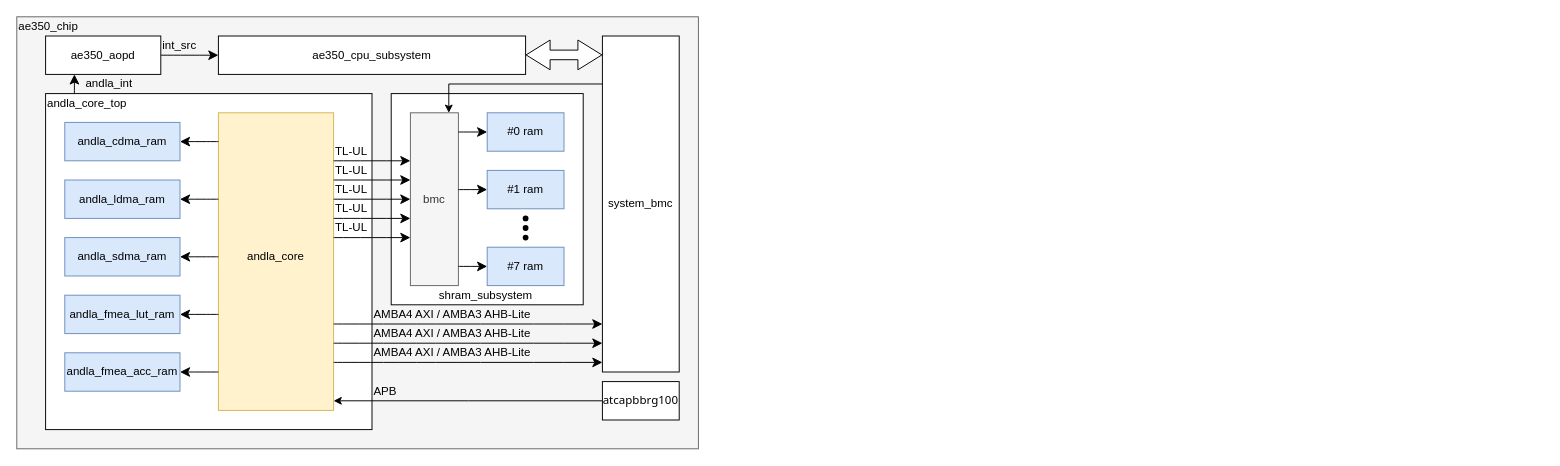
Above: de/testing/include/ae350_andla_integration.drawio in jnjnliwenjie0022/obs (draw.io), before the change. Source tidied: cells renumbered, new cells numbered last; positions are measured from the earlier drawing's top-left corner, leaving out a move shared by most shapes. Both pictures are drawn from the tidied source at 96%, with x=0, y=0 at pixel (16, 16).
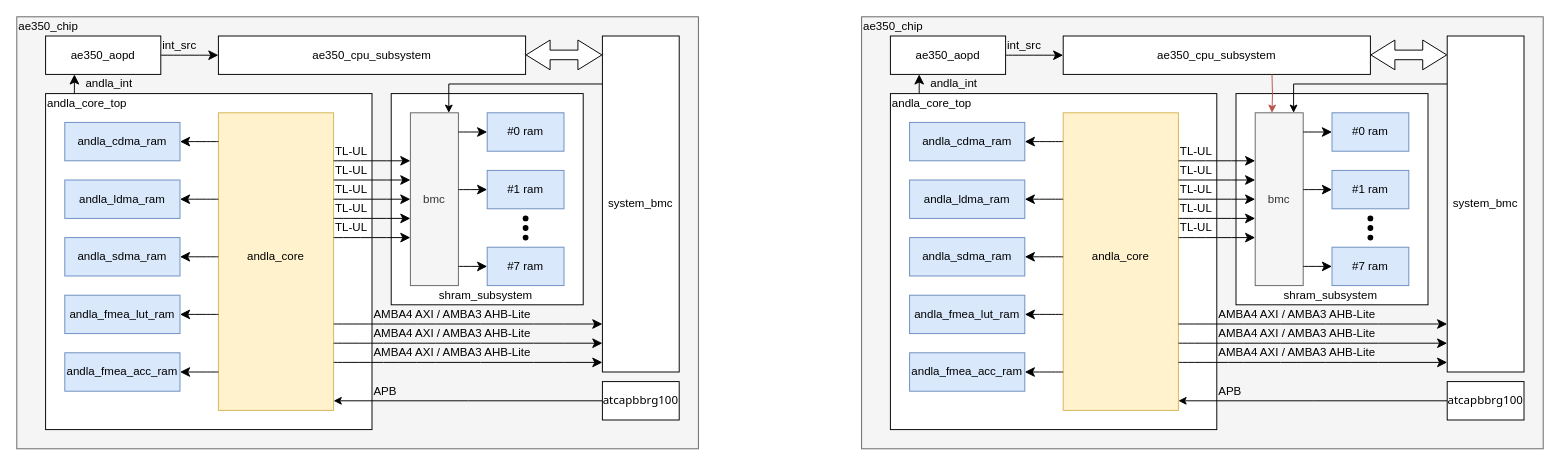
The same page after the edit.

Commit message (it also covers changes not shown here):
vault backup: 2026-01-27 13:24:51

Diff of the diagram source:
```diff
@@
+    <mxCell id="59" style="whiteSpace=wrap;html=1;verticalAlign=middle;fillColor=#f5f5f5;fontColor=#333333;strokeColor=#666666;" parent="1" vertex="1">
+      <mxGeometry x="880" width="710" height="450" as="geometry" />
+    </mxCell>
+    <mxCell id="60" value="ae350_aopd" style="whiteSpace=wrap;html=1;verticalAlign=middle;" parent="1" vertex="1">
+      <mxGeometry x="910" y="20" width="120" height="40" as="geometry" />
+    </mxCell>
+    <mxCell id="61" style="whiteSpace=wrap;html=1;verticalAlign=middle;" parent="1" vertex="1">
+      <mxGeometry x="1270" y="80" width="200" height="220" as="geometry" />
+    </mxCell>
+    <mxCell id="62" value="bmc" style="whiteSpace=wrap;html=1;verticalAlign=middle;fillColor=#f5f5f5;fontColor=#333333;strokeColor=#666666;" parent="1" vertex="1">
+      <mxGeometry x="1290" y="100" width="50" height="180" as="geometry" />
+    </mxCell>
+    <mxCell id="63" style="whiteSpace=wrap;html=1;verticalAlign=middle;" parent="1" vertex="1">
+      <mxGeometry x="910" y="80" width="340" height="350" as="geometry" />
+    </mxCell>
+    <mxCell id="64" style="whiteSpace=wrap;html=1;verticalAlign=middle;fillColor=#fff2cc;strokeColor=#d6b656;" parent="1" vertex="1">
+      <mxGeometry x="1090" y="100" width="120" height="310" as="geometry" />
+    </mxCell>
+    <mxCell id="65" value="system_bmc" style="whiteSpace=wrap;html=1;verticalAlign=middle;" parent="1" vertex="1">
+      <mxGeometry x="1490" y="20" width="80" height="350" as="geometry" />
+    </mxCell>
+    <mxCell id="66" value="andla_core_top" style="whiteSpace=wrap;html=1;verticalAlign=middle;strokeColor=none;fillColor=none;align=left;" parent="1" vertex="1">
+      <mxGeometry x="910" y="80" width="250" height="20" as="geometry" />
+    </mxCell>
+    <mxCell id="67" value="andla_cdma_ram" style="whiteSpace=wrap;html=1;verticalAlign=middle;fillColor=#dae8fc;strokeColor=#6c8ebf;" parent="1" vertex="1">
+      <mxGeometry x="930" y="110" width="120" height="40" as="geometry" />
+    </mxCell>
+    <mxCell id="68" value="andla_core" style="whiteSpace=wrap;html=1;verticalAlign=middle;strokeColor=none;fillColor=none;align=center;" parent="1" vertex="1">
+      <mxGeometry x="1090" y="230" width="120" height="40" as="geometry" />
+    </mxCell>
+    <mxCell id="69" value="andla_ldma_ram" style="whiteSpace=wrap;html=1;verticalAlign=middle;fillColor=#dae8fc;strokeColor=#6c8ebf;" parent="1" vertex="1">
+      <mxGeometry x="930" y="170" width="120" height="40" as="geometry" />
+    </mxCell>
+    <mxCell id="70" value="andla_sdma_ram" style="whiteSpace=wrap;html=1;verticalAlign=middle;fillColor=#dae8fc;strokeColor=#6c8ebf;" parent="1" vertex="1">
+      <mxGeometry x="930" y="230" width="120" height="40" as="geometry" />
+    </mxCell>
+    <mxCell id="71" value="andla_fmea_lut_ram" style="whiteSpace=wrap;html=1;verticalAlign=middle;fillColor=#dae8fc;strokeColor=#6c8ebf;" parent="1" vertex="1">
+      <mxGeometry x="930" y="290" width="120" height="40" as="geometry" />
+    </mxCell>
+    <mxCell id="72" value="andla_fmea_acc_ram" style="whiteSpace=wrap;html=1;verticalAlign=middle;fillColor=#dae8fc;strokeColor=#6c8ebf;" parent="1" vertex="1">
+      <mxGeometry x="930" y="350" width="120" height="40" as="geometry" />
+    </mxCell>
+    <mxCell id="73" style="edgeStyle=none;curved=1;rounded=0;orthogonalLoop=1;jettySize=auto;html=1;fontSize=12;startSize=8;endSize=8;" parent="1" edge="1">
+      <mxGeometry relative="1" as="geometry">
+        <mxPoint x="1090" y="130" as="sourcePoint" />
+        <mxPoint x="1050" y="130" as="targetPoint" />
+      </mxGeometry>
+    </mxCell>
+    <mxCell id="74" style="edgeStyle=none;curved=1;rounded=0;orthogonalLoop=1;jettySize=auto;html=1;fontSize=12;startSize=8;endSize=8;" parent="1" edge="1">
+      <mxGeometry relative="1" as="geometry">
+        <mxPoint x="1090" y="190" as="sourcePoint" />
+        <mxPoint x="1050" y="190" as="targetPoint" />
+      </mxGeometry>
+    </mxCell>
+    <mxCell id="75" style="edgeStyle=none;curved=1;rounded=0;orthogonalLoop=1;jettySize=auto;html=1;fontSize=12;startSize=8;endSize=8;" parent="1" edge="1">
+      <mxGeometry relative="1" as="geometry">
+        <mxPoint x="1090" y="250" as="sourcePoint" />
+        <mxPoint x="1050" y="250" as="targetPoint" />
+      </mxGeometry>
+    </mxCell>
+    <mxCell id="76" style="edgeStyle=none;curved=1;rounded=0;orthogonalLoop=1;jettySize=auto;html=1;fontSize=12;startSize=8;endSize=8;" parent="1" edge="1">
+      <mxGeometry relative="1" as="geometry">
+        <mxPoint x="1090" y="310" as="sourcePoint" />
+        <mxPoint x="1050" y="310" as="targetPoint" />
+      </mxGeometry>
+    </mxCell>
+    <mxCell id="77" style="edgeStyle=none;curved=1;rounded=0;orthogonalLoop=1;jettySize=auto;html=1;fontSize=12;startSize=8;endSize=8;" parent="1" edge="1">
+      <mxGeometry relative="1" as="geometry">
+        <mxPoint x="1090" y="370" as="sourcePoint" />
+        <mxPoint x="1050" y="370" as="targetPoint" />
+      </mxGeometry>
+    </mxCell>
+    <mxCell id="78" style="edgeStyle=none;curved=1;rounded=0;orthogonalLoop=1;jettySize=auto;html=1;entryX=0.123;entryY=0.562;entryDx=0;entryDy=0;entryPerimeter=0;fontSize=12;startSize=8;endSize=8;" parent="1" edge="1">
+      <mxGeometry relative="1" as="geometry">
+        <mxPoint x="1210" y="150" as="sourcePoint" />
+        <mxPoint x="1290" y="150" as="targetPoint" />
+      </mxGeometry>
+    </mxCell>
+    <mxCell id="79" style="edgeStyle=none;curved=1;rounded=0;orthogonalLoop=1;jettySize=auto;html=1;fontSize=12;startSize=8;endSize=8;" parent="1" edge="1">
+      <mxGeometry relative="1" as="geometry">
+        <mxPoint x="1210" y="170" as="sourcePoint" />
+        <mxPoint x="1290" y="170" as="targetPoint" />
+      </mxGeometry>
+    </mxCell>
+    <mxCell id="80" style="edgeStyle=none;curved=1;rounded=0;orthogonalLoop=1;jettySize=auto;html=1;fontSize=12;startSize=8;endSize=8;" parent="1" edge="1">
+      <mxGeometry relative="1" as="geometry">
+        <mxPoint x="1210" y="190" as="sourcePoint" />
+        <mxPoint x="1290" y="190" as="targetPoint" />
+      </mxGeometry>
+    </mxCell>
+    <mxCell id="81" style="edgeStyle=none;curved=1;rounded=0;orthogonalLoop=1;jettySize=auto;html=1;entryX=0.374;entryY=0.436;entryDx=0;entryDy=0;entryPerimeter=0;fontSize=12;startSize=8;endSize=8;" parent="1" edge="1">
+      <mxGeometry relative="1" as="geometry">
+        <mxPoint x="1210" y="210" as="sourcePoint" />
+        <mxPoint x="1290" y="210" as="targetPoint" />
+      </mxGeometry>
+    </mxCell>
+    <mxCell id="82" style="edgeStyle=none;curved=1;rounded=0;orthogonalLoop=1;jettySize=auto;html=1;fontSize=12;startSize=8;endSize=8;" parent="1" edge="1">
+      <mxGeometry relative="1" as="geometry">
+        <mxPoint x="1210" y="230" as="sourcePoint" />
+        <mxPoint x="1290" y="230" as="targetPoint" />
+      </mxGeometry>
+    </mxCell>
+    <mxCell id="83" style="edgeStyle=none;curved=1;rounded=0;orthogonalLoop=1;jettySize=auto;html=1;fontSize=12;startSize=8;endSize=8;" parent="1" edge="1">
+      <mxGeometry relative="1" as="geometry">
+        <mxPoint x="1210" y="360" as="sourcePoint" />
+        <mxPoint x="1490" y="360" as="targetPoint" />
+      </mxGeometry>
+    </mxCell>
+    <mxCell id="84" style="edgeStyle=none;curved=1;rounded=0;orthogonalLoop=1;jettySize=auto;html=1;fontSize=12;startSize=8;endSize=8;" parent="1" edge="1">
+      <mxGeometry relative="1" as="geometry">
+        <mxPoint x="1210" y="340" as="sourcePoint" />
+        <mxPoint x="1490" y="340" as="targetPoint" />
+      </mxGeometry>
+    </mxCell>
+    <mxCell id="85" style="edgeStyle=none;curved=1;rounded=0;orthogonalLoop=1;jettySize=auto;html=1;fontSize=12;startSize=8;endSize=8;" parent="1" edge="1">
+      <mxGeometry relative="1" as="geometry">
+        <mxPoint x="1210" y="320" as="sourcePoint" />
+        <mxPoint x="1490" y="320" as="targetPoint" />
+      </mxGeometry>
+    </mxCell>
+    <mxCell id="86" value="#0 ram" style="rounded=0;whiteSpace=wrap;html=1;fillColor=#dae8fc;strokeColor=#6c8ebf;" parent="1" vertex="1">
+      <mxGeometry x="1370" y="100" width="80" height="40" as="geometry" />
+    </mxCell>
+    <mxCell id="87" value="#1 ram" style="rounded=0;whiteSpace=wrap;html=1;fillColor=#dae8fc;strokeColor=#6c8ebf;" parent="1" vertex="1">
+      <mxGeometry x="1370" y="160" width="80" height="40" as="geometry" />
+    </mxCell>
+    <mxCell id="88" value="#7 ram" style="rounded=0;whiteSpace=wrap;html=1;fillColor=#dae8fc;strokeColor=#6c8ebf;" parent="1" vertex="1">
+      <mxGeometry x="1370" y="240" width="80" height="40" as="geometry" />
+    </mxCell>
+    <mxCell id="89" style="shape=waypoint;sketch=0;size=6;fillColor=none;perimeter=centerPerimeter;" parent="1" vertex="1">
+      <mxGeometry x="1390" y="190" width="40" height="40" as="geometry" />
+    </mxCell>
+    <mxCell id="90" style="shape=waypoint;sketch=0;size=6;fillColor=none;perimeter=centerPerimeter;" parent="1" vertex="1">
+      <mxGeometry x="1390" y="200" width="40" height="40" as="geometry" />
+    </mxCell>
+    <mxCell id="91" style="shape=waypoint;sketch=0;size=6;fillColor=none;perimeter=centerPerimeter;" parent="1" vertex="1">
+      <mxGeometry x="1390" y="210" width="40" height="40" as="geometry" />
+    </mxCell>
+    <mxCell id="92" style="edgeStyle=none;curved=1;rounded=0;orthogonalLoop=1;jettySize=auto;html=1;fontSize=12;startSize=8;endSize=8;" parent="1" edge="1">
+      <mxGeometry relative="1" as="geometry">
+        <mxPoint x="1340" y="120" as="sourcePoint" />
+        <mxPoint x="1370" y="120" as="targetPoint" />
+      </mxGeometry>
+    </mxCell>
+    <mxCell id="93" style="edgeStyle=none;curved=1;rounded=0;orthogonalLoop=1;jettySize=auto;html=1;fontSize=12;startSize=8;endSize=8;" parent="1" edge="1">
+      <mxGeometry relative="1" as="geometry">
+        <mxPoint x="1340" y="180" as="sourcePoint" />
+        <mxPoint x="1370" y="180" as="targetPoint" />
+      </mxGeometry>
+    </mxCell>
+    <mxCell id="94" style="edgeStyle=none;curved=1;rounded=0;orthogonalLoop=1;jettySize=auto;html=1;fontSize=12;startSize=8;endSize=8;" parent="1" edge="1">
+      <mxGeometry relative="1" as="geometry">
+        <mxPoint x="1340" y="260" as="sourcePoint" />
+        <mxPoint x="1370" y="260" as="targetPoint" />
+      </mxGeometry>
+    </mxCell>
+    <mxCell id="95" value="shram_subsystem" style="whiteSpace=wrap;html=1;verticalAlign=middle;strokeColor=none;fillColor=none;align=left;" parent="1" vertex="1">
+      <mxGeometry x="1317.5" y="280" width="105" height="20" as="geometry" />
+    </mxCell>
+    <mxCell id="96" value="ae350_cpu_subsystem" style="whiteSpace=wrap;html=1;verticalAlign=middle;" parent="1" vertex="1">
+      <mxGeometry x="1090" y="20" width="320" height="40" as="geometry" />
+    </mxCell>
+    <mxCell id="97" style="edgeStyle=none;curved=1;rounded=0;orthogonalLoop=1;jettySize=auto;html=1;fontSize=12;startSize=8;endSize=8;" parent="1" edge="1">
+      <mxGeometry relative="1" as="geometry">
+        <mxPoint x="940" y="80" as="sourcePoint" />
+        <mxPoint x="940" y="60" as="targetPoint" />
+      </mxGeometry>
+    </mxCell>
+    <mxCell id="98" value="andla_int" style="whiteSpace=wrap;html=1;verticalAlign=middle;strokeColor=none;fillColor=none;align=left;" parent="1" vertex="1">
+      <mxGeometry x="950" y="60" width="60" height="20" as="geometry" />
+    </mxCell>
+    <mxCell id="99" style="edgeStyle=none;curved=1;rounded=0;jettySize=auto;html=1;entryX=0;entryY=0.5;entryDx=0;entryDy=0;fontSize=12;startSize=8;endSize=8;" parent="1" edge="1" source="60" target="96">
+      <mxGeometry relative="1" as="geometry" />
+    </mxCell>
+    <mxCell id="100" value="int_src" style="whiteSpace=wrap;html=1;verticalAlign=middle;strokeColor=none;fillColor=none;align=left;" parent="1" vertex="1">
+      <mxGeometry x="1030" y="20" width="60" height="20" as="geometry" />
+    </mxCell>
+    <mxCell id="101" value="ae350_chip" style="whiteSpace=wrap;html=1;verticalAlign=middle;strokeColor=none;fillColor=none;align=left;" parent="1" vertex="1">
+      <mxGeometry x="880" width="60" height="20" as="geometry" />
+    </mxCell>
+    <mxCell id="102" value="APB" style="whiteSpace=wrap;html=1;verticalAlign=middle;strokeColor=none;fillColor=none;align=left;" parent="1" vertex="1">
+      <mxGeometry x="1250" y="380" width="40" height="20" as="geometry" />
+    </mxCell>
+    <mxCell id="103" value="AMBA4 AXI / AMBA3 AHB-Lite" style="whiteSpace=wrap;html=1;verticalAlign=middle;strokeColor=none;fillColor=none;align=left;" parent="1" vertex="1">
+      <mxGeometry x="1250" y="300" width="230" height="20" as="geometry" />
+    </mxCell>
+    <mxCell id="104" value="AMBA4 AXI / AMBA3 AHB-Lite" style="whiteSpace=wrap;html=1;verticalAlign=middle;strokeColor=none;fillColor=none;align=left;" parent="1" vertex="1">
+      <mxGeometry x="1250" y="340" width="230" height="20" as="geometry" />
+    </mxCell>
+    <mxCell id="105" value="AMBA4 AXI / AMBA3 AHB-Lite" style="whiteSpace=wrap;html=1;verticalAlign=middle;strokeColor=none;fillColor=none;align=left;" parent="1" vertex="1">
+      <mxGeometry x="1250" y="320" width="230" height="20" as="geometry" />
+    </mxCell>
+    <mxCell id="106" value="TL-UL" style="whiteSpace=wrap;html=1;verticalAlign=middle;strokeColor=none;fillColor=none;align=left;" parent="1" vertex="1">
+      <mxGeometry x="1210" y="130" width="40" height="20" as="geometry" />
+    </mxCell>
+    <mxCell id="107" value="TL-UL" style="whiteSpace=wrap;html=1;verticalAlign=middle;strokeColor=none;fillColor=none;align=left;" parent="1" vertex="1">
+      <mxGeometry x="1210" y="150" width="40" height="20" as="geometry" />
+    </mxCell>
+    <mxCell id="108" value="TL-UL" style="whiteSpace=wrap;html=1;verticalAlign=middle;strokeColor=none;fillColor=none;align=left;" parent="1" vertex="1">
+      <mxGeometry x="1210" y="170" width="40" height="20" as="geometry" />
+    </mxCell>
+    <mxCell id="109" value="TL-UL" style="whiteSpace=wrap;html=1;verticalAlign=middle;strokeColor=none;fillColor=none;align=left;" parent="1" vertex="1">
+      <mxGeometry x="1210" y="190" width="40" height="20" as="geometry" />
+    </mxCell>
+    <mxCell id="110" value="TL-UL" style="whiteSpace=wrap;html=1;verticalAlign=middle;strokeColor=none;fillColor=none;align=left;" parent="1" vertex="1">
+      <mxGeometry x="1210" y="210" width="40" height="20" as="geometry" />
+    </mxCell>
+    <mxCell id="111" style="shape=flexArrow;endArrow=classic;startArrow=classic;html=1;rounded=0;fontSize=12;startSize=8;endSize=8;curved=1;fillColor=default;" parent="1" edge="1">
+      <mxGeometry relative="1" as="geometry">
+        <mxPoint x="1410" y="39.7" as="sourcePoint" />
+        <mxPoint x="1490" y="39.7" as="targetPoint" />
+      </mxGeometry>
+    </mxCell>
+    <mxCell id="112" style="edgeStyle=orthogonalEdgeStyle;rounded=0;jettySize=auto;html=1;exitX=0;exitY=0.5;exitDx=0;exitDy=0;" parent="1" edge="1" source="113">
+      <mxGeometry relative="1" as="geometry">
+        <mxPoint x="1210" y="400" as="targetPoint" />
+      </mxGeometry>
+    </mxCell>
+    <mxCell id="113" value="&lt;span style=&quot;font-family: Tahoma;&quot;&gt;&lt;font&gt;atcapbbrg100&lt;/font&gt;&lt;/span&gt;" style="whiteSpace=wrap;html=1;verticalAlign=middle;" parent="1" vertex="1">
+      <mxGeometry x="1490" y="380" width="80" height="40" as="geometry" />
+    </mxCell>
+    <mxCell id="114" style="edgeStyle=orthogonalEdgeStyle;rounded=0;orthogonalLoop=1;jettySize=auto;html=1;entryX=0.562;entryY=0.35;entryDx=0;entryDy=0;entryPerimeter=0;" parent="1" edge="1">
+      <mxGeometry relative="1" as="geometry">
+        <mxPoint x="1330" y="70" as="sourcePoint" />
+        <mxPoint x="1330" y="100" as="targetPoint" />
+      </mxGeometry>
+    </mxCell>
+    <mxCell id="115" style="edgeStyle=orthogonalEdgeStyle;rounded=0;orthogonalLoop=1;jettySize=auto;html=1;entryX=0.676;entryY=0.555;entryDx=0;entryDy=0;entryPerimeter=0;endArrow=none;endFill=0;" parent="1" edge="1">
+      <mxGeometry relative="1" as="geometry">
+        <mxPoint x="1490" y="70" as="sourcePoint" />
+        <mxPoint x="1330" y="70" as="targetPoint" />
+      </mxGeometry>
+    </mxCell>
+    <mxCell id="116" style="edgeStyle=orthogonalEdgeStyle;rounded=0;orthogonalLoop=1;jettySize=auto;html=1;entryX=0.382;entryY=0.097;entryDx=0;entryDy=0;entryPerimeter=0;fillColor=#f8cecc;strokeColor=#b85450;" parent="1" edge="1">
+      <mxGeometry relative="1" as="geometry">
+        <mxPoint x="1307.5" y="60" as="sourcePoint" />
+        <mxPoint x="1307.5" y="100" as="targetPoint" />
+      </mxGeometry>
+    </mxCell>
```
